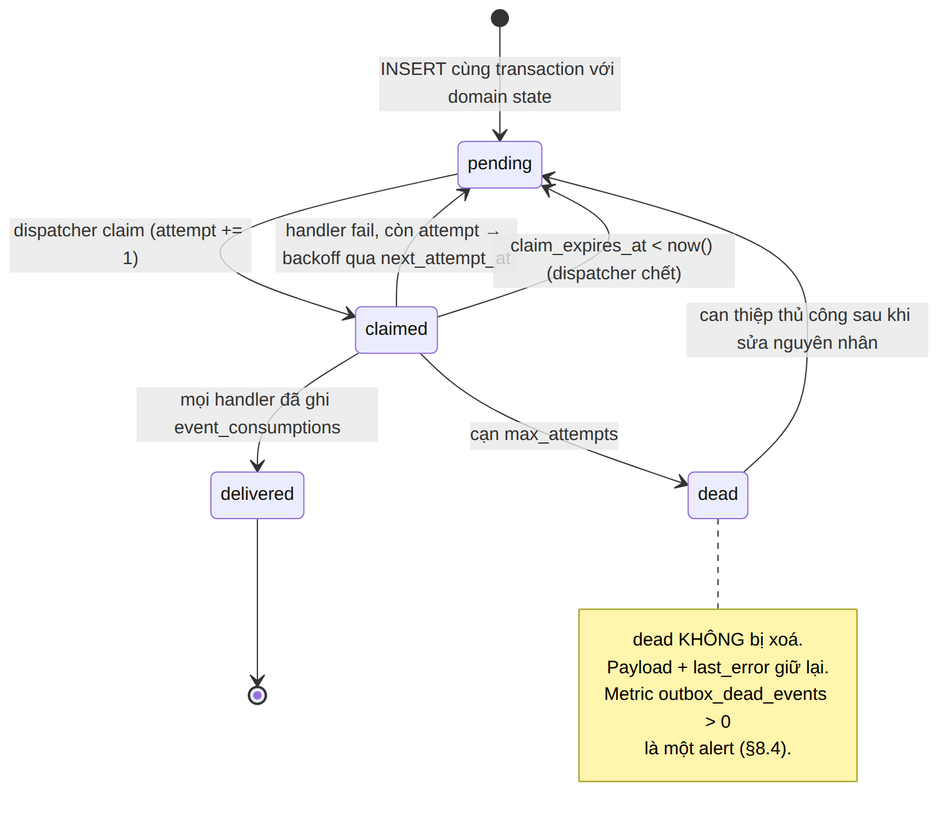
This is blueprint/assets/diagrams-png/08-outbox-event-state.png from EnsoTech-Studio/CryptoBot, a Mermaid export, as it was before one commit. Its source is kept beside it as blueprint/assets/diagrams/08-outbox-event-state.mmd.
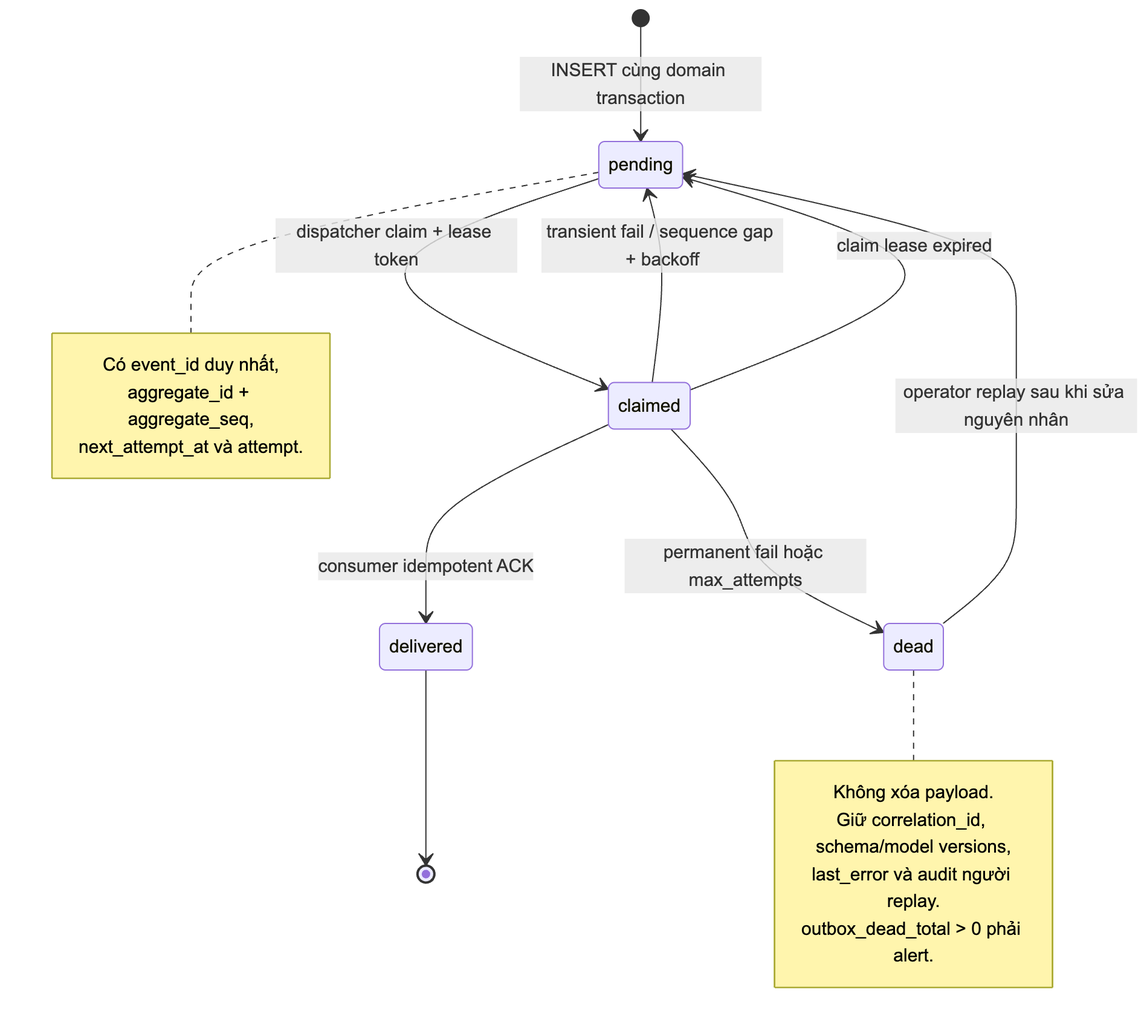
Later version of the same file.

What changed in the source:
```diff
@@ -1,16 +1,22 @@
 stateDiagram-v2
-    [*] --> pending : INSERT cùng transaction với domain state
-    pending --> claimed : dispatcher claim (attempt += 1)
-    claimed --> delivered : mọi handler đã ghi event_consumptions
-    claimed --> pending : handler fail, còn attempt → backoff qua next_attempt_at
-    claimed --> pending : claim_expires_at < now() (dispatcher chết)
-    claimed --> dead : cạn max_attempts
-    dead --> pending : can thiệp thủ công sau khi sửa nguyên nhân
+    [*] --> pending : INSERT cùng domain transaction
+    pending --> claimed : dispatcher claim + lease token
+    claimed --> delivered : consumer idempotent ACK
+    claimed --> pending : transient fail / sequence gap + backoff
+    claimed --> pending : claim lease expired
+    claimed --> dead : permanent fail hoặc max_attempts
+    dead --> pending : operator replay sau khi sửa nguyên nhân
     delivered --> [*]
 
+    note right of pending
+        Có event_id duy nhất,
+        aggregate_id + aggregate_seq,
+        next_attempt_at và attempt.
+    end note
+
     note right of dead
-        dead KHÔNG bị xoá.
-        Payload + last_error giữ lại.
-        Metric outbox_dead_events > 0
-        là một alert (§8.4).
+        Không xóa payload.
+        Giữ correlation_id, schema/model versions,
+        last_error và audit người replay.
+        outbox_dead_total > 0 phải alert.
     end note
```
